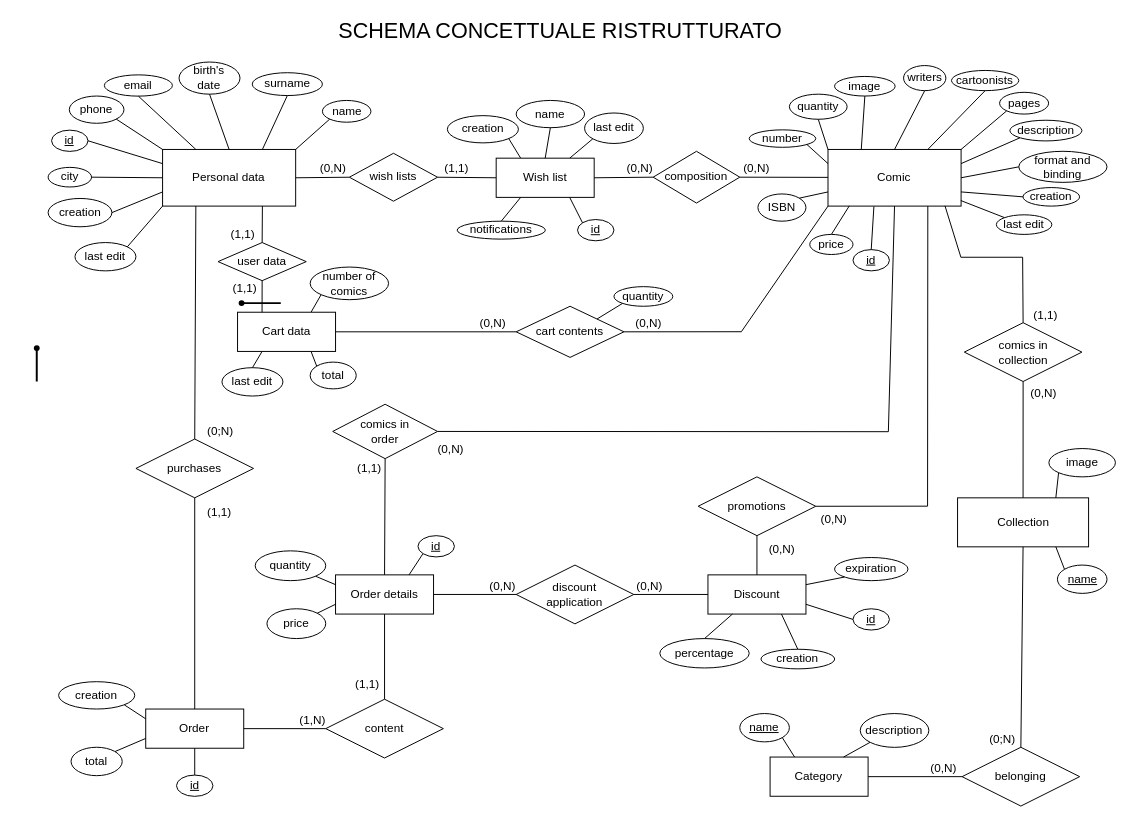
Above: page "Schema E-R ristrutturato" (2 of 2) of doc/database/Comic_shop_ER_diagram.drawio in Enricods-i/Comics-Store-Backend (draw.io), before the change. Source tidied: cells renumbered, new cells numbered last; positions are measured from the earlier drawing's top-left corner, leaving out a move shared by most shapes. Both pictures are drawn from the tidied source at 98%, with x=0, y=0 at pixel (17, 17).
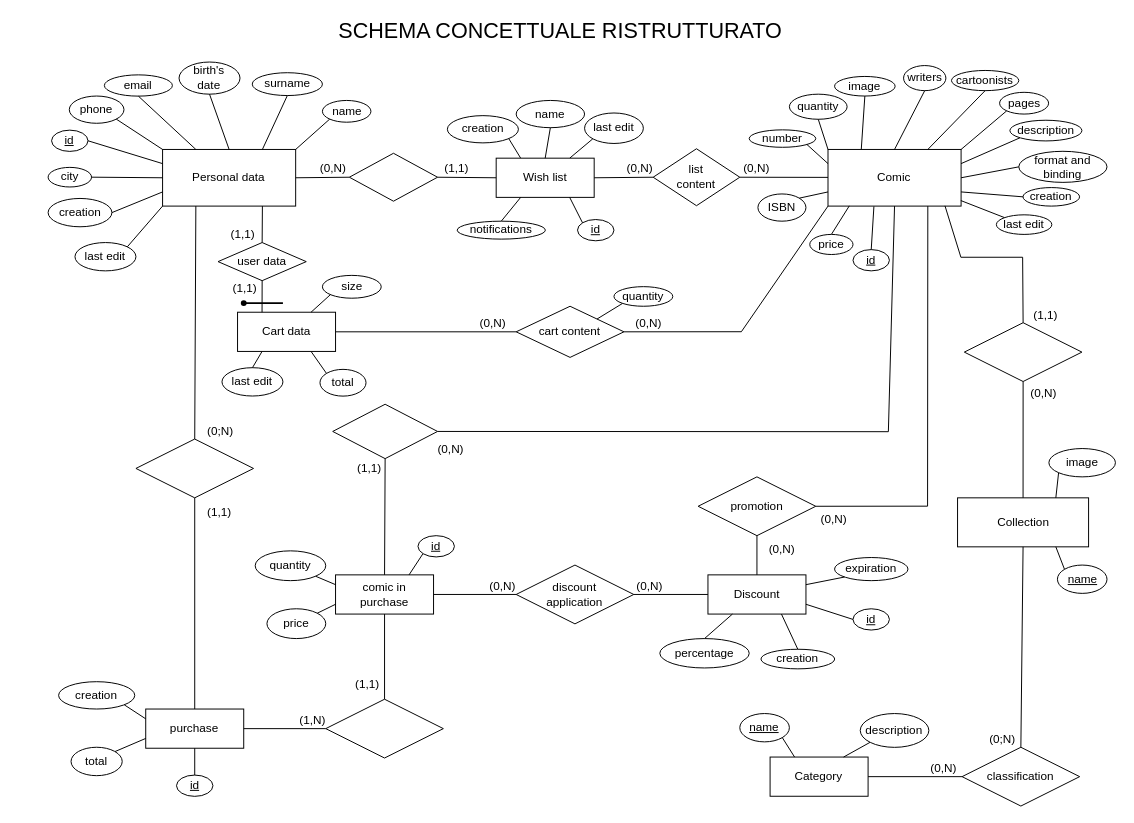
The same page after the edit.

Unchanged cells that the change refers to:
```xml
<mxCell id="141" value="Cart data" style="whiteSpace=wrap;html=1;align=center;" parent="1" vertex="1">
  <mxGeometry x="224.9" y="301.1" width="100" height="40" as="geometry" />
</mxCell>
```

The edit, as a diff of the source:
```diff
@@
-    <mxCell id="36" value="comics in&lt;br&gt;collection" style="shape=rhombus;perimeter=rhombusPerimeter;whiteSpace=wrap;html=1;align=center;" parent="1" vertex="1">
+    <mxCell id="36" style="shape=rhombus;perimeter=rhombusPerimeter;whiteSpace=wrap;html=1;align=center;" parent="1" vertex="1">
       <mxGeometry x="966.5" y="311.8" width="120" height="60" as="geometry" />
     </mxCell>
@@
-    <mxCell id="42" value="promotions" style="shape=rhombus;perimeter=rhombusPerimeter;whiteSpace=wrap;html=1;align=center;" parent="1" vertex="1">
+    <mxCell id="42" value="promotion" style="shape=rhombus;perimeter=rhombusPerimeter;whiteSpace=wrap;html=1;align=center;" parent="1" vertex="1">
       <mxGeometry x="694.9" y="469.1" width="120" height="60" as="geometry" />
     </mxCell>
@@
-    <mxCell id="48" value="belonging" style="shape=rhombus;perimeter=rhombusPerimeter;whiteSpace=wrap;html=1;align=center;" parent="1" vertex="1">
+    <mxCell id="48" value="classification" style="shape=rhombus;perimeter=rhombusPerimeter;whiteSpace=wrap;html=1;align=center;" parent="1" vertex="1">
       <mxGeometry x="964.2" y="745" width="120" height="60" as="geometry" />
     </mxCell>
@@
-    <mxCell id="61" value="Order" style="whiteSpace=wrap;html=1;align=center;" parent="1" vertex="1">
+    <mxCell id="61" value="purchase" style="whiteSpace=wrap;html=1;align=center;" parent="1" vertex="1">
       <mxGeometry x="131.2" y="706" width="100" height="40" as="geometry" />
     </mxCell>
-    <mxCell id="62" value="purchases" style="shape=rhombus;perimeter=rhombusPerimeter;whiteSpace=wrap;html=1;align=center;" parent="1" vertex="1">
+    <mxCell id="62" style="shape=rhombus;perimeter=rhombusPerimeter;whiteSpace=wrap;html=1;align=center;" parent="1" vertex="1">
       <mxGeometry x="121.2" y="430.5" width="120" height="60" as="geometry" />
     </mxCell>
@@
-    <mxCell id="91" value="wish lists" style="shape=rhombus;perimeter=rhombusPerimeter;whiteSpace=wrap;html=1;align=center;" parent="1" vertex="1">
+    <mxCell id="91" style="shape=rhombus;perimeter=rhombusPerimeter;whiteSpace=wrap;html=1;align=center;" parent="1" vertex="1">
       <mxGeometry x="339" y="138.9" width="90" height="48.9" as="geometry" />
     </mxCell>
-    <mxCell id="92" value="composition" style="shape=rhombus;perimeter=rhombusPerimeter;whiteSpace=wrap;html=1;align=center;" parent="1" vertex="1">
-      <mxGeometry x="649" y="136.9" width="88.4" height="52.8" as="geometry" />
+    <mxCell id="92" value="list&lt;br&gt;content" style="shape=rhombus;perimeter=rhombusPerimeter;whiteSpace=wrap;html=1;align=center;" parent="1" vertex="1">
+      <mxGeometry x="649" y="134.3" width="88.4" height="58.1" as="geometry" />
     </mxCell>
@@
-    <mxCell id="97" value="cart contents" style="shape=rhombus;perimeter=rhombusPerimeter;whiteSpace=wrap;html=1;align=center;" parent="1" vertex="1">
+    <mxCell id="97" value="cart content" style="shape=rhombus;perimeter=rhombusPerimeter;whiteSpace=wrap;html=1;align=center;" parent="1" vertex="1">
       <mxGeometry x="509.2" y="295" width="110" height="52.2" as="geometry" />
     </mxCell>
@@
-    <mxCell id="112" value="content" style="shape=rhombus;perimeter=rhombusPerimeter;whiteSpace=wrap;html=1;align=center;" parent="1" vertex="1">
+    <mxCell id="112" style="shape=rhombus;perimeter=rhombusPerimeter;whiteSpace=wrap;html=1;align=center;" parent="1" vertex="1">
       <mxGeometry x="314.9" y="696" width="120" height="60" as="geometry" />
     </mxCell>
-    <mxCell id="113" value="Order details" style="whiteSpace=wrap;html=1;align=center;" parent="1" vertex="1">
+    <mxCell id="113" value="comic in&lt;br&gt;purchase" style="whiteSpace=wrap;html=1;align=center;" parent="1" vertex="1">
       <mxGeometry x="324.9" y="569.1" width="100" height="40" as="geometry" />
     </mxCell>
@@
-    <mxCell id="125" style="shape=waypoint;sketch=0;fillStyle=solid;size=6;fillColor=none;perimeter=centerPerimeter;" parent="1" vertex="1">
-      <mxGeometry x="209" y="271.8" width="40" height="40" as="geometry" />
-    </mxCell>
-    <mxCell id="126" style="line;strokeWidth=2;html=1;" parent="1" vertex="1">
-      <mxGeometry x="231.1" y="286.8" width="37.9" height="10" as="geometry" />
-    </mxCell>
-    <mxCell id="127" value="comics in&lt;br&gt;order" style="shape=rhombus;perimeter=rhombusPerimeter;whiteSpace=wrap;html=1;align=center;" parent="1" vertex="1">
+    <mxCell id="127" style="shape=rhombus;perimeter=rhombusPerimeter;whiteSpace=wrap;html=1;align=center;" parent="1" vertex="1">
       <mxGeometry x="322" y="395" width="107" height="55.5" as="geometry" />
     </mxCell>
@@
-    <mxCell id="130" style="shape=waypoint;sketch=0;fillStyle=solid;size=6;fillColor=none;perimeter=centerPerimeter;" parent="1" vertex="1">
-      <mxGeometry y="317.7" width="40" height="40" as="geometry" />
-    </mxCell>
-    <mxCell id="131" style="line;strokeWidth=2;direction=south;html=1;" parent="1" vertex="1">
-      <mxGeometry x="15" y="337.3" width="10" height="34.5" as="geometry" />
-    </mxCell>
@@
     <mxCell id="137" value="total" style="ellipse;whiteSpace=wrap;html=1;align=center;" parent="1" vertex="1">
-      <mxGeometry x="299" y="352" width="47" height="27.3" as="geometry" />
+      <mxGeometry x="309" y="359.4" width="47" height="27.3" as="geometry" />
     </mxCell>
-    <mxCell id="138" value="number of comics" style="ellipse;whiteSpace=wrap;html=1;align=center;" parent="1" vertex="1">
-      <mxGeometry x="299" y="255" width="80" height="33.3" as="geometry" />
+    <mxCell id="138" value="size" style="ellipse;whiteSpace=wrap;html=1;align=center;" parent="1" vertex="1">
+      <mxGeometry x="311.5" y="263.5" width="60" height="23.3" as="geometry" />
     </mxCell>
@@
-    <mxCell id="140" style="endArrow=none;html=1;rounded=0;exitX=0.75;exitY=0;exitDx=0;exitDy=0;entryX=0;entryY=1;entryDx=0;entryDy=0;" parent="1" edge="1" source="141" target="138">
-      <mxGeometry relative="1" as="geometry" />
-    </mxCell>
@@
+    <mxCell id="140" style="endArrow=none;html=1;rounded=0;exitX=0.75;exitY=0;exitDx=0;exitDy=0;entryX=0;entryY=1;entryDx=0;entryDy=0;" parent="1" edge="1" source="141" target="138">
+      <mxGeometry relative="1" as="geometry" />
+    </mxCell>
+    <mxCell id="161" style="shape=waypoint;sketch=0;fillStyle=solid;size=6;fillColor=none;perimeter=centerPerimeter;" parent="1" vertex="1">
+      <mxGeometry x="211.2" y="271.8" width="40" height="40" as="geometry" />
+    </mxCell>
+    <mxCell id="162" style="line;strokeWidth=2;html=1;" parent="1" vertex="1">
+      <mxGeometry x="233.3" y="286.8" width="37.9" height="10" as="geometry" />
+    </mxCell>
```
